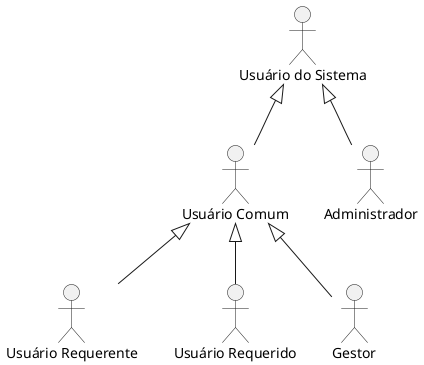
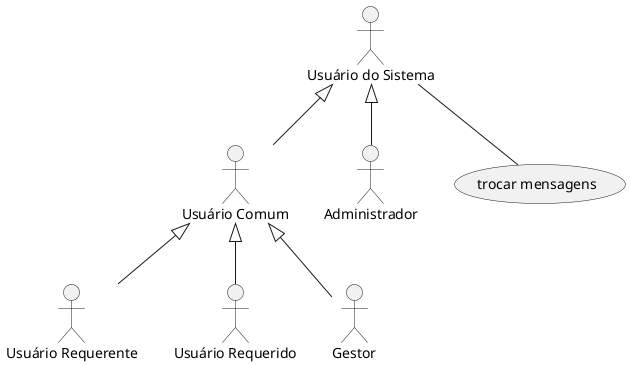
@startuml

:Usuário do Sistema: as UdS
:Usuário Comum: as UC
:Usuário Requerente: as Uente
:Usuário Requerido: as Uido
:Administrador: as Admin
:Gestor:

UdS <|-- UC
UC <|-- Uente
UC <|-- Uido
UC <|-- Gestor
UdS <|-- Admin

+ UdS -- (trocar mensagens)
+ 

@enduml